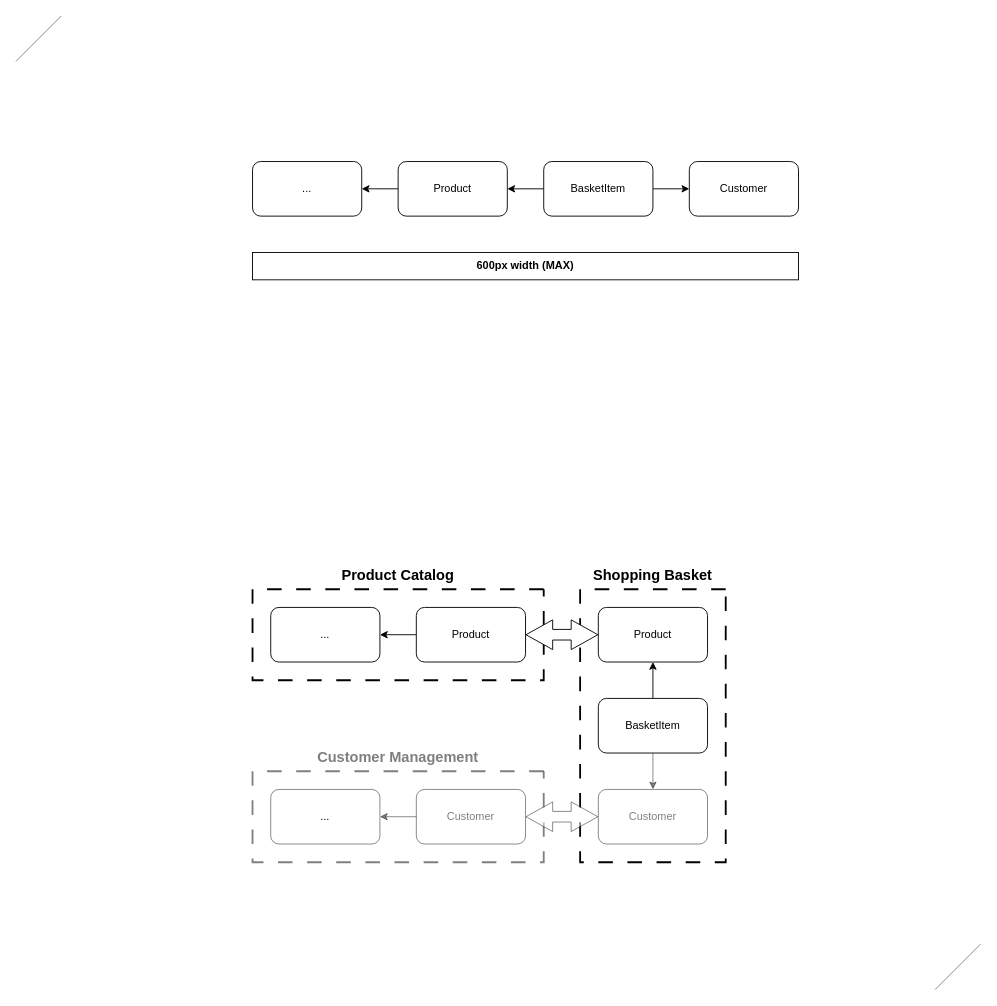
Earlier version of the draw.io diagram page "Bounded Contexts" (1 of 3) of Diagrams/Modular Monolith.drawio (PacktPublishing/Architecting-ASP.NET-Core-Applications-3E). Source tidied: cells renumbered, new cells numbered last; positions are measured from the earlier drawing's top-left corner, leaving out a move shared by most shapes. Both pictures are drawn from the tidied source at 91%, with x=0, y=0 at pixel (15, 15).
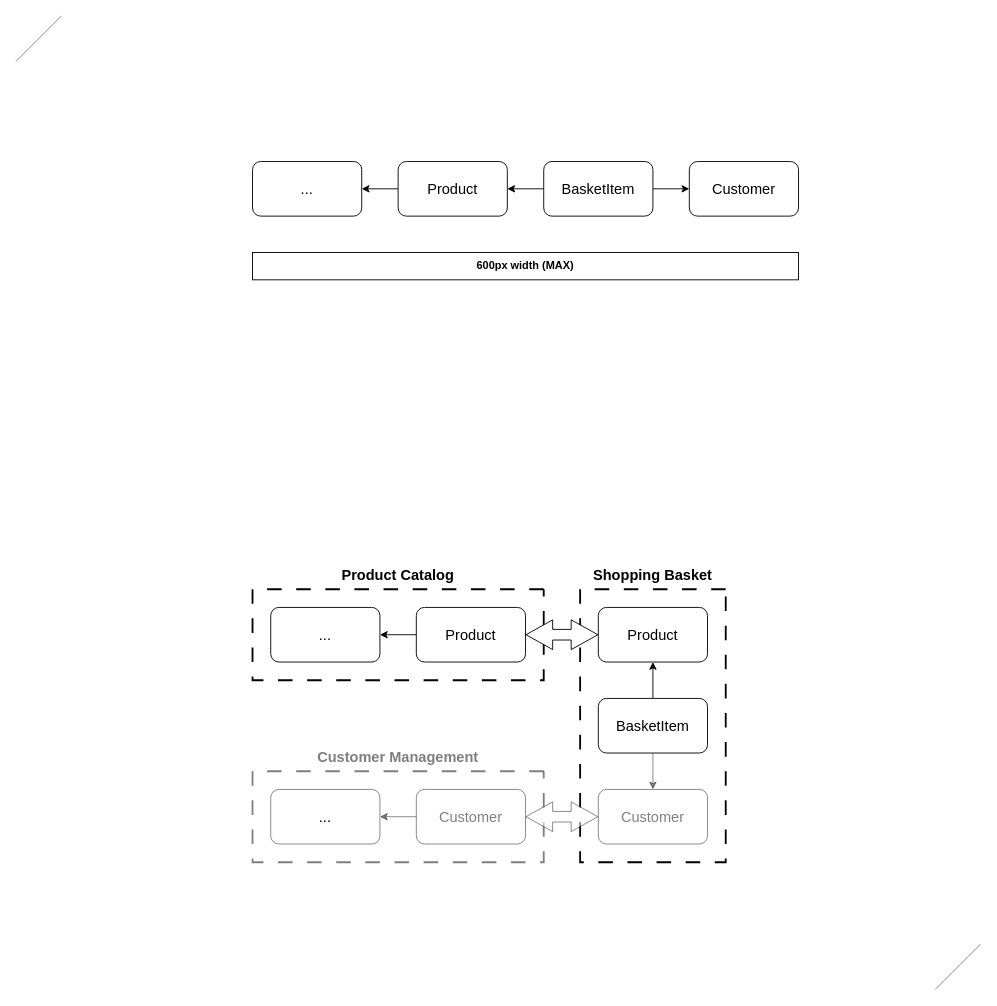
The same diagram, later.

Unchanged cells that the change refers to:
```xml
<mxCell id="2" value="Product Catalog" style="swimlane;startSize=0;swimlaneLine=1;rounded=1;strokeWidth=2;dashed=1;dashPattern=8 8;labelPosition=center;verticalLabelPosition=top;align=center;verticalAlign=bottom;fontSize=16;fontStyle=1;spacingBottom=5;" parent="1" vertex="1">
  <mxGeometry x="260" y="630" width="320" height="100" as="geometry" />
</mxCell>
<mxCell id="6" value="Shopping Basket" style="swimlane;startSize=0;swimlaneLine=1;rounded=1;strokeWidth=2;dashed=1;dashPattern=8 8;labelPosition=center;verticalLabelPosition=top;align=center;verticalAlign=bottom;fontSize=16;fontStyle=1;spacingBottom=5;" parent="1" vertex="1">
  <mxGeometry x="620" y="630" width="160" height="300" as="geometry" />
</mxCell>
<mxCell id="12" value="Customer Management" style="swimlane;startSize=0;swimlaneLine=1;rounded=1;strokeWidth=2;dashed=1;dashPattern=8 8;labelPosition=center;verticalLabelPosition=top;align=center;verticalAlign=bottom;fontSize=16;fontStyle=1;spacingBottom=5;opacity=50;textOpacity=50;" parent="1" vertex="1">
  <mxGeometry x="260" y="830" width="320" height="100" as="geometry" />
</mxCell>
```

Change to the diagram source:
```diff
@@
-    <mxCell id="4" value="Product" style="rounded=1;whiteSpace=wrap;html=1;sketch=0;strokeWidth=1;fontSize=12;" parent="2" vertex="1">
+    <mxCell id="4" value="Product" style="rounded=1;whiteSpace=wrap;html=1;sketch=0;strokeWidth=1;fontSize=16;" parent="2" vertex="1">
       <mxGeometry x="180" y="20" width="120" height="60" as="geometry" />
     </mxCell>
-    <mxCell id="5" value="..." style="rounded=1;whiteSpace=wrap;html=1;sketch=0;strokeWidth=1;fontSize=12;" parent="2" vertex="1">
+    <mxCell id="5" value="..." style="rounded=1;whiteSpace=wrap;html=1;sketch=0;strokeWidth=1;fontSize=16;" parent="2" vertex="1">
       <mxGeometry x="20" y="20" width="120" height="60" as="geometry" />
     </mxCell>
@@
-    <mxCell id="7" value="Product" style="rounded=1;whiteSpace=wrap;html=1;sketch=0;strokeWidth=1;fontSize=12;" parent="6" vertex="1">
+    <mxCell id="7" value="Product" style="rounded=1;whiteSpace=wrap;html=1;sketch=0;strokeWidth=1;fontSize=16;" parent="6" vertex="1">
       <mxGeometry x="20" y="20" width="120" height="60" as="geometry" />
     </mxCell>
@@
-    <mxCell id="10" value="BasketItem" style="rounded=1;whiteSpace=wrap;html=1;" parent="6" vertex="1">
+    <mxCell id="10" value="BasketItem" style="rounded=1;whiteSpace=wrap;html=1;fontSize=16;" parent="6" vertex="1">
       <mxGeometry x="20" y="120" width="120" height="60" as="geometry" />
     </mxCell>
-    <mxCell id="11" value="Customer" style="rounded=1;whiteSpace=wrap;html=1;opacity=50;textOpacity=50;" parent="6" vertex="1">
+    <mxCell id="11" value="Customer" style="rounded=1;whiteSpace=wrap;html=1;opacity=50;textOpacity=50;fontSize=16;" parent="6" vertex="1">
       <mxGeometry x="20" y="220" width="120" height="60" as="geometry" />
     </mxCell>
@@
-    <mxCell id="13" value="..." style="rounded=1;whiteSpace=wrap;html=1;opacity=50;" parent="12" vertex="1">
+    <mxCell id="13" value="..." style="rounded=1;whiteSpace=wrap;html=1;opacity=50;fontSize=16;" parent="12" vertex="1">
       <mxGeometry x="20" y="20" width="120" height="60" as="geometry" />
     </mxCell>
-    <mxCell id="14" value="Customer" style="rounded=1;whiteSpace=wrap;html=1;opacity=50;textOpacity=50;" parent="12" vertex="1">
+    <mxCell id="14" value="Customer" style="rounded=1;whiteSpace=wrap;html=1;opacity=50;textOpacity=50;fontSize=16;" parent="12" vertex="1">
       <mxGeometry x="180" y="20" width="120" height="60" as="geometry" />
     </mxCell>
@@
-    <mxCell id="21" value="..." style="rounded=1;whiteSpace=wrap;html=1;sketch=0;strokeWidth=1;fontSize=12;" parent="1" vertex="1">
+    <mxCell id="21" value="..." style="rounded=1;whiteSpace=wrap;html=1;sketch=0;strokeWidth=1;fontSize=16;" parent="1" vertex="1">
       <mxGeometry x="260" y="160" width="120" height="60" as="geometry" />
     </mxCell>
-    <mxCell id="22" value="Product" style="rounded=1;whiteSpace=wrap;html=1;sketch=0;strokeWidth=1;fontSize=12;" parent="1" vertex="1">
+    <mxCell id="22" value="Product" style="rounded=1;whiteSpace=wrap;html=1;sketch=0;strokeWidth=1;fontSize=16;" parent="1" vertex="1">
       <mxGeometry x="420" y="160" width="120" height="60" as="geometry" />
     </mxCell>
@@
-    <mxCell id="25" value="BasketItem" style="rounded=1;whiteSpace=wrap;html=1;" parent="1" vertex="1">
+    <mxCell id="25" value="BasketItem" style="rounded=1;whiteSpace=wrap;html=1;fontSize=16;" parent="1" vertex="1">
       <mxGeometry x="580" y="160" width="120" height="60" as="geometry" />
     </mxCell>
-    <mxCell id="26" value="Customer" style="rounded=1;whiteSpace=wrap;html=1;" parent="1" vertex="1">
+    <mxCell id="26" value="Customer" style="rounded=1;whiteSpace=wrap;html=1;fontSize=16;" parent="1" vertex="1">
       <mxGeometry x="740" y="160" width="120" height="60" as="geometry" />
     </mxCell>
```
